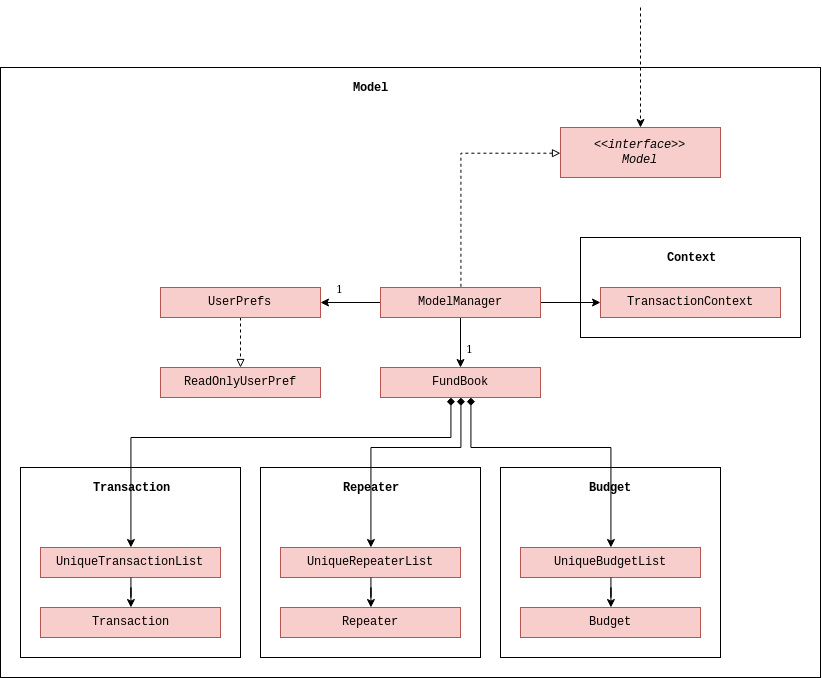
Earlier version of the draw.io export docs/images/ModelClassDiagram.png (nus-cs2103-AY1920S1/addressbook-level3). Source tidied: cells renumbered, new cells last; positions are measured from the earlier drawing's top-left corner, leaving out a move shared by most shapes.
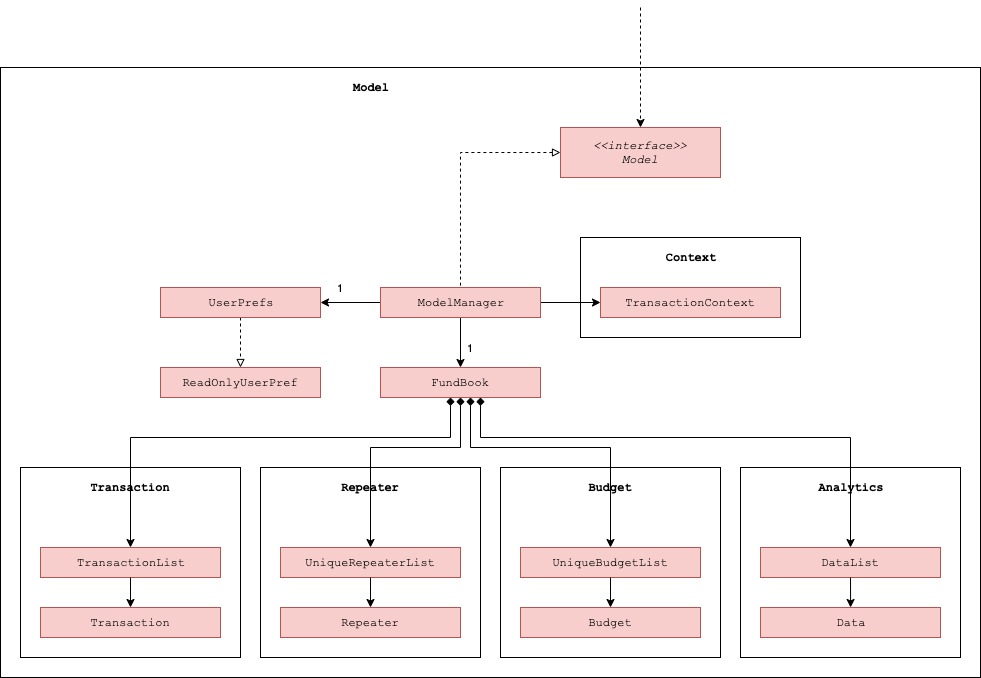
The same diagram one commit later.

What changed in the source:
```diff
@@ -3,7 +3,7 @@
     <mxCell id="0" />
     <mxCell id="1" parent="0" />
     <mxCell id="2" style="rounded=0;whiteSpace=wrap;html=1;fontFamily=Courier New;fillColor=none;" parent="1" vertex="1">
-      <mxGeometry y="60" width="820" height="610" as="geometry" />
+      <mxGeometry y="60" width="980" height="610" as="geometry" />
     </mxCell>
     <mxCell id="3" value="Model" style="text;html=1;strokeColor=none;fillColor=none;align=center;verticalAlign=middle;whiteSpace=wrap;rounded=0;fontStyle=1;fontFamily=Courier New;" parent="1" vertex="1">
       <mxGeometry x="350" y="70" width="40" height="20" as="geometry" />
@@ -103,7 +103,7 @@
     <mxCell id="29" value="Repeater" style="rounded=0;whiteSpace=wrap;html=1;fillColor=#f8cecc;strokeColor=#b85450;fontFamily=Courier New;" parent="1" vertex="1">
       <mxGeometry x="280" y="600" width="180" height="30" as="geometry" />
     </mxCell>
-    <mxCell id="30" value="UniqueTransactionList" style="rounded=0;whiteSpace=wrap;html=1;fillColor=#f8cecc;strokeColor=#b85450;fontFamily=Courier New;" parent="1" vertex="1">
+    <mxCell id="30" value="TransactionList" style="rounded=0;whiteSpace=wrap;html=1;fillColor=#f8cecc;strokeColor=#b85450;fontFamily=Courier New;" parent="1" vertex="1">
       <mxGeometry x="40" y="540" width="180" height="30" as="geometry" />
     </mxCell>
     <mxCell id="31" style="edgeStyle=orthogonalEdgeStyle;rounded=0;jettySize=auto;html=1;startArrow=classic;startFill=1;endArrow=none;endFill=0;strokeWidth=1;fontFamily=Courier New;" parent="1" edge="1" source="32" target="30">
@@ -121,5 +121,32 @@
     <mxCell id="35" value="Context" style="text;html=1;strokeColor=none;fillColor=none;align=center;verticalAlign=middle;whiteSpace=wrap;rounded=0;fontStyle=1;fontFamily=Courier New;" parent="1" vertex="1">
       <mxGeometry x="645" y="240" width="90" height="20" as="geometry" />
     </mxCell>
+    <mxCell id="36" style="edgeStyle=orthogonalEdgeStyle;rounded=0;jettySize=auto;html=1;startArrow=diamond;startFill=1;endArrow=classic;endFill=1;entryX=0.5;entryY=0;entryDx=0;entryDy=0;" parent="1" edge="1" target="39">
+      <mxGeometry relative="1" as="geometry">
+        <mxPoint x="480" y="390" as="sourcePoint" />
+        <Array as="points">
+          <mxPoint x="480" y="430" />
+          <mxPoint x="850" y="430" />
+        </Array>
+      </mxGeometry>
+    </mxCell>
+    <mxCell id="37" style="rounded=0;whiteSpace=wrap;html=1;fontFamily=Courier New;fillColor=none;" parent="1" vertex="1">
+      <mxGeometry x="740" y="460" width="220" height="190" as="geometry" />
+    </mxCell>
+    <mxCell id="38" value="Analytics" style="text;html=1;strokeColor=none;fillColor=none;align=center;verticalAlign=middle;whiteSpace=wrap;rounded=0;fontStyle=1;fontFamily=Courier New;" parent="1" vertex="1">
+      <mxGeometry x="805" y="470" width="90" height="20" as="geometry" />
+    </mxCell>
+    <mxCell id="39" value="DataList" style="rounded=0;whiteSpace=wrap;html=1;fillColor=#f8cecc;strokeColor=#b85450;fontFamily=Courier New;" parent="1" vertex="1">
+      <mxGeometry x="760" y="540" width="180" height="30" as="geometry" />
+    </mxCell>
+    <mxCell id="40" value="Data" style="rounded=0;whiteSpace=wrap;html=1;fillColor=#f8cecc;strokeColor=#b85450;fontFamily=Courier New;" parent="1" vertex="1">
+      <mxGeometry x="760" y="600" width="180" height="30" as="geometry" />
+    </mxCell>
+    <mxCell id="41" style="edgeStyle=orthogonalEdgeStyle;rounded=0;orthogonalLoop=1;jettySize=auto;html=1;startArrow=classic;startFill=1;endArrow=none;endFill=0;strokeWidth=1;fontFamily=Courier New;" parent="1" edge="1">
+      <mxGeometry relative="1" as="geometry">
+        <mxPoint x="850.1" y="600" as="sourcePoint" />
+        <mxPoint x="850.1" y="570" as="targetPoint" />
+      </mxGeometry>
+    </mxCell>
   </root>
 </mxGraphModel>
```
